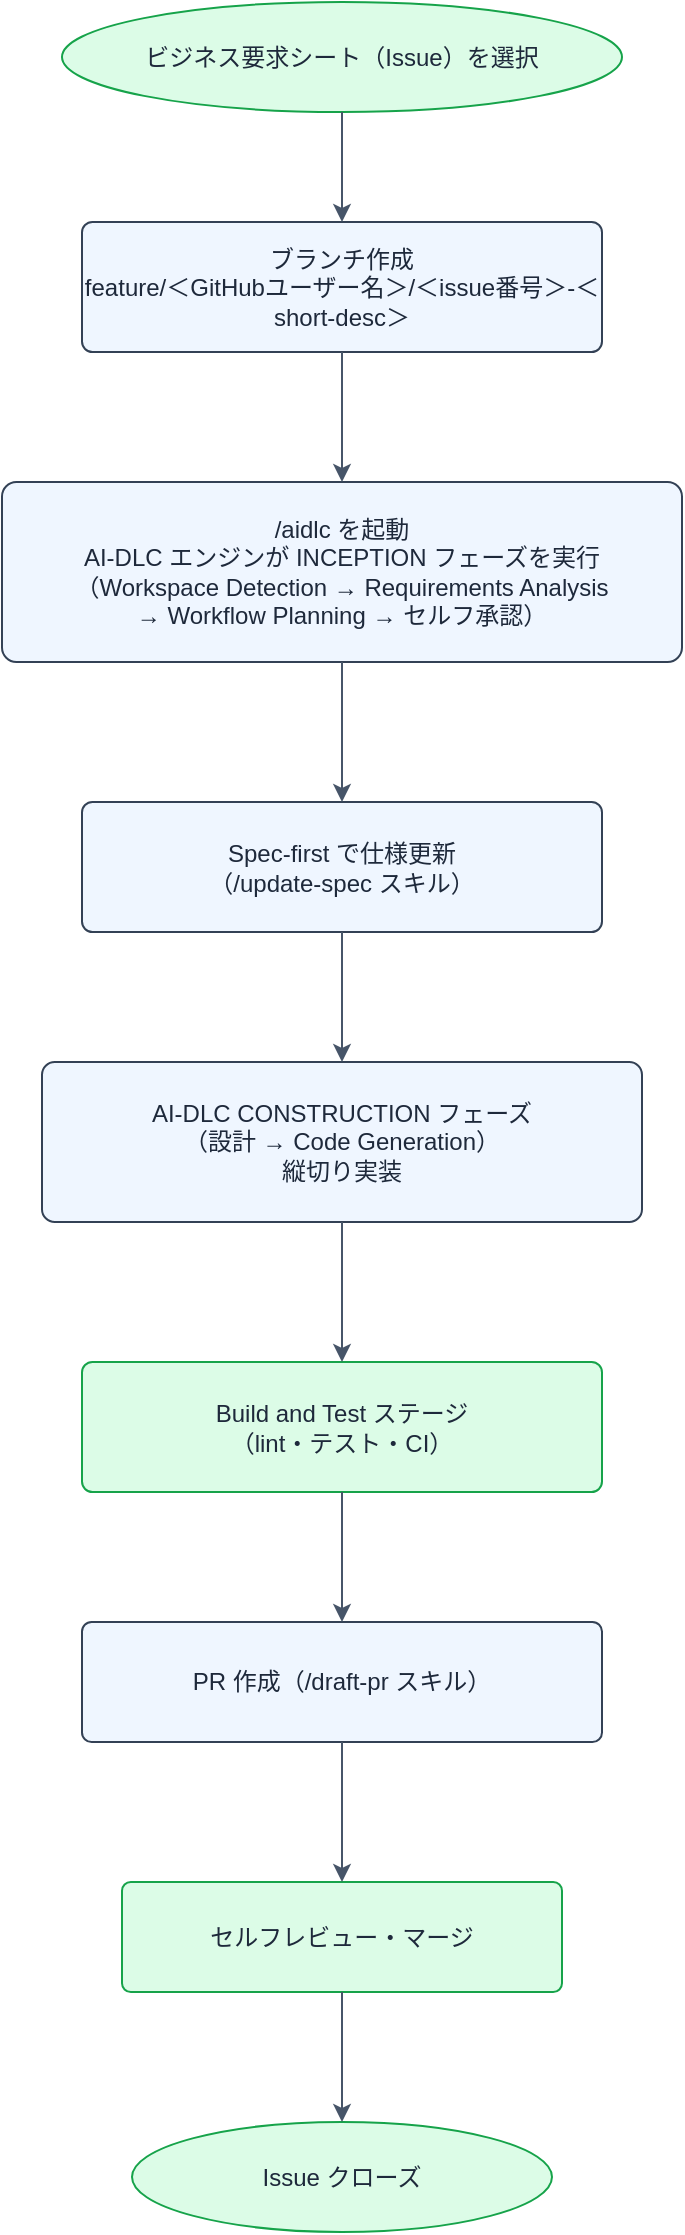
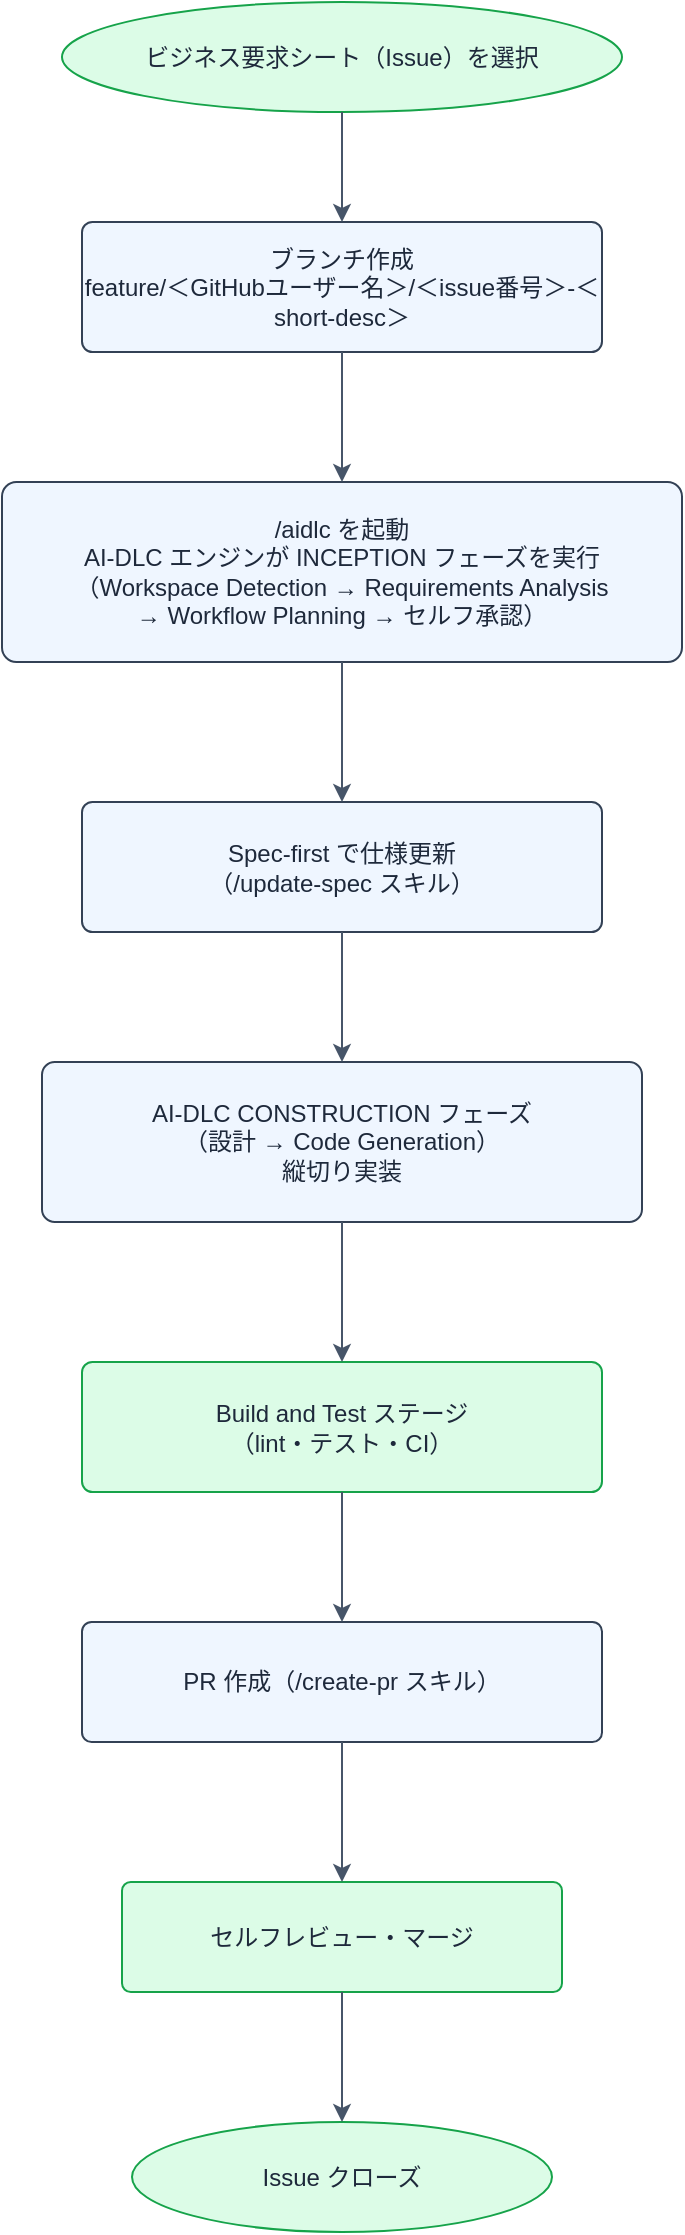
<mxfile host="65bd71144e">
    <diagram name="標準開発フロー" id="0">
        <mxGraphModel dx="280" dy="659" grid="1" gridSize="10" guides="1" tooltips="1" connect="1" arrows="1" fold="1" page="1" pageScale="1" pageWidth="827" pageHeight="1169" math="0" shadow="0">
            <root>
                <mxCell id="0"/>
                <mxCell id="1" parent="0"/>
                <mxCell id="2" value="ビジネス要求シート（Issue）を選択" style="ellipse;whiteSpace=wrap;html=1;fillColor=#DCFCE7;strokeColor=#16A34A;fontColor=#1E293B;" parent="1" vertex="1">
                    <mxGeometry x="260" y="20" width="280" height="55" as="geometry"/>
                </mxCell>
                <mxCell id="3" value="ブランチ作成&#xa;feature/＜GitHubユーザー名＞/＜issue番号＞-＜short-desc＞" style="rounded=1;whiteSpace=wrap;html=1;fillColor=#EFF6FF;strokeColor=#334155;fontColor=#1E293B;arcSize=8;" parent="1" vertex="1">
                    <mxGeometry x="270" y="130" width="260" height="65" as="geometry"/>
                </mxCell>
                <mxCell id="4" value="/aidlc を起動&#xa;AI-DLC エンジンが INCEPTION フェーズを実行&#xa;（Workspace Detection → Requirements Analysis&#xa;→ Workflow Planning → セルフ承認）" style="rounded=1;whiteSpace=wrap;html=1;fillColor=#EFF6FF;strokeColor=#334155;fontColor=#1E293B;arcSize=8;" parent="1" vertex="1">
                    <mxGeometry x="230" y="260" width="340" height="90" as="geometry"/>
                </mxCell>
                <mxCell id="6" value="Spec-first で仕様更新&#xa;（/update-spec スキル）" style="rounded=1;whiteSpace=wrap;html=1;fillColor=#EFF6FF;strokeColor=#334155;fontColor=#1E293B;arcSize=8;" parent="1" vertex="1">
                    <mxGeometry x="270" y="420" width="260" height="65" as="geometry"/>
                </mxCell>
                <mxCell id="7" value="AI-DLC CONSTRUCTION フェーズ&#xa;（設計 → Code Generation）&#xa;縦切り実装" style="rounded=1;whiteSpace=wrap;html=1;fillColor=#EFF6FF;strokeColor=#334155;fontColor=#1E293B;arcSize=8;" parent="1" vertex="1">
                    <mxGeometry x="250" y="550" width="300" height="80" as="geometry"/>
                </mxCell>
                <mxCell id="8" value="Build and Test ステージ&#xa;（lint・テスト・CI）" style="rounded=1;whiteSpace=wrap;html=1;fillColor=#DCFCE7;strokeColor=#16A34A;fontColor=#1E293B;arcSize=8;" parent="1" vertex="1">
                    <mxGeometry x="270" y="700" width="260" height="65" as="geometry"/>
                </mxCell>
-                 <mxCell id="9" value="PR 作成（/draft-pr スキル）" style="rounded=1;whiteSpace=wrap;html=1;fillColor=#EFF6FF;strokeColor=#334155;fontColor=#1E293B;arcSize=8;" parent="1" vertex="1">
+                 <mxCell id="9" value="PR 作成（/create-pr スキル）" style="rounded=1;whiteSpace=wrap;html=1;fillColor=#EFF6FF;strokeColor=#334155;fontColor=#1E293B;arcSize=8;" parent="1" vertex="1">
                    <mxGeometry x="270" y="830" width="260" height="60" as="geometry"/>
                </mxCell>
                <mxCell id="11" value="セルフレビュー・マージ" style="rounded=1;whiteSpace=wrap;html=1;fillColor=#DCFCE7;strokeColor=#16A34A;fontColor=#1E293B;arcSize=8;" parent="1" vertex="1">
                    <mxGeometry x="290" y="960" width="220" height="55" as="geometry"/>
                </mxCell>
                <mxCell id="12" value="Issue クローズ" style="ellipse;whiteSpace=wrap;html=1;fillColor=#DCFCE7;strokeColor=#16A34A;fontColor=#1E293B;" parent="1" vertex="1">
                    <mxGeometry x="295" y="1080" width="210" height="55" as="geometry"/>
                </mxCell>
                <mxCell id="13" value="" style="edgeStyle=orthogonalEdgeStyle;rounded=1;orthogonalLoop=1;jettySize=auto;html=1;strokeColor=#475569;" parent="1" source="2" target="3" edge="1">
                    <mxGeometry relative="1" as="geometry"/>
                </mxCell>
                <mxCell id="14" value="" style="edgeStyle=orthogonalEdgeStyle;rounded=1;orthogonalLoop=1;jettySize=auto;html=1;strokeColor=#475569;" parent="1" source="3" target="4" edge="1">
                    <mxGeometry relative="1" as="geometry"/>
                </mxCell>
                <mxCell id="15" value="" style="edgeStyle=orthogonalEdgeStyle;rounded=1;orthogonalLoop=1;jettySize=auto;html=1;strokeColor=#475569;" parent="1" source="4" target="6" edge="1">
                    <mxGeometry relative="1" as="geometry"/>
                </mxCell>
                <mxCell id="18" value="" style="edgeStyle=orthogonalEdgeStyle;rounded=1;orthogonalLoop=1;jettySize=auto;html=1;strokeColor=#475569;" parent="1" source="6" target="7" edge="1">
                    <mxGeometry relative="1" as="geometry"/>
                </mxCell>
                <mxCell id="19" value="" style="edgeStyle=orthogonalEdgeStyle;rounded=1;orthogonalLoop=1;jettySize=auto;html=1;strokeColor=#475569;" parent="1" source="7" target="8" edge="1">
                    <mxGeometry relative="1" as="geometry"/>
                </mxCell>
                <mxCell id="20" value="" style="edgeStyle=orthogonalEdgeStyle;rounded=1;orthogonalLoop=1;jettySize=auto;html=1;strokeColor=#475569;" parent="1" source="8" target="9" edge="1">
                    <mxGeometry relative="1" as="geometry"/>
                </mxCell>
                <mxCell id="21" value="" style="edgeStyle=orthogonalEdgeStyle;rounded=1;orthogonalLoop=1;jettySize=auto;html=1;strokeColor=#475569;" parent="1" source="9" target="11" edge="1">
                    <mxGeometry relative="1" as="geometry"/>
                </mxCell>
                <mxCell id="24" value="" style="edgeStyle=orthogonalEdgeStyle;rounded=1;orthogonalLoop=1;jettySize=auto;html=1;strokeColor=#475569;" parent="1" source="11" target="12" edge="1">
                    <mxGeometry relative="1" as="geometry"/>
                </mxCell>
            </root>
        </mxGraphModel>
    </diagram>
</mxfile>